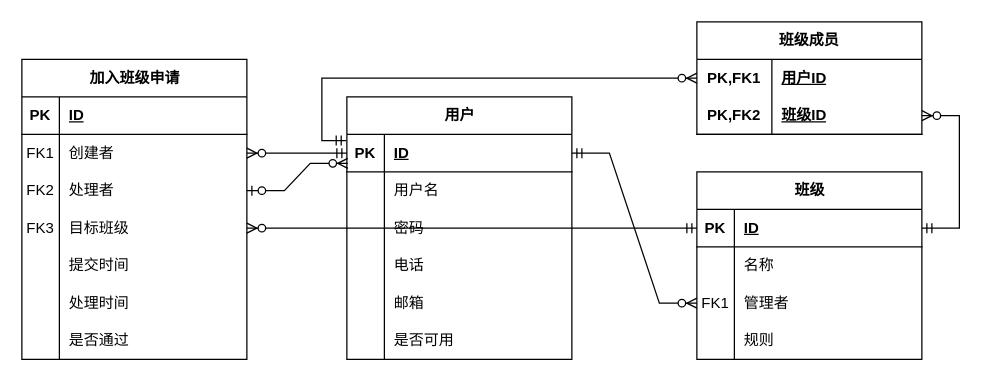
Earlier version of the draw.io diagram page "第 2 页" (2 of 8) of ER图.drawio (2302680972/lighteny_diagrams). Source tidied: cells renumbered, new cells numbered last; positions are measured from the earlier drawing's top-left corner, leaving out a move shared by most shapes. Both pictures are drawn from the tidied source at 125%, with x=0, y=0 at pixel (21, 21).
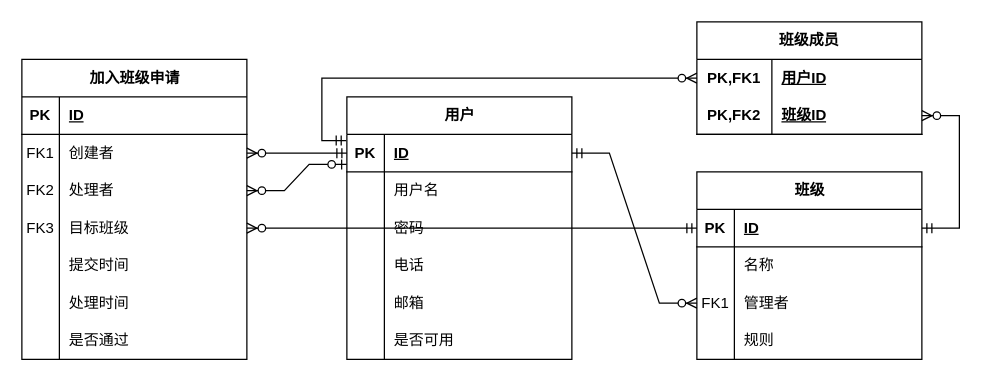
Above is the later version.

The change refers to these unchanged cells:
```xml
<mxCell id="3" style="shape=tableRow;horizontal=0;startSize=0;swimlaneHead=0;swimlaneBody=0;fillColor=none;points=[[0,0.5],[1,0.5]];portConstraint=eastwest;top=0;left=0;right=0;bottom=1;" parent="2" vertex="1">
  <mxGeometry y="30" width="180" height="30" as="geometry" />
</mxCell>
<mxCell id="51" style="shape=tableRow;horizontal=0;startSize=0;swimlaneHead=0;swimlaneBody=0;fillColor=none;points=[[0,0.5],[1,0.5]];portConstraint=eastwest;top=0;left=0;right=0;bottom=0;" parent="44" vertex="1">
  <mxGeometry y="90" width="180" height="30" as="geometry" />
</mxCell>
```

Diff of the diagram source:
```diff
@@
-    <mxCell id="67" style="edgeStyle=entityRelationEdgeStyle;fontSize=12;html=1;endArrow=ERzeroToMany;startArrow=ERzeroToOne;rounded=0;entryX=0.004;entryY=0.772;entryDx=0;entryDy=0;entryPerimeter=0;" parent="1" edge="1" source="51" target="3">
+    <mxCell id="67" style="edgeStyle=entityRelationEdgeStyle;fontSize=12;html=1;endArrow=ERzeroToMany;startArrow=ERzeroToOne;rounded=0;exitX=-0.001;exitY=0.801;exitDx=0;exitDy=0;exitPerimeter=0;" parent="1" edge="1" source="3" target="51">
       <mxGeometry relative="1" as="geometry" />
     </mxCell>
```
